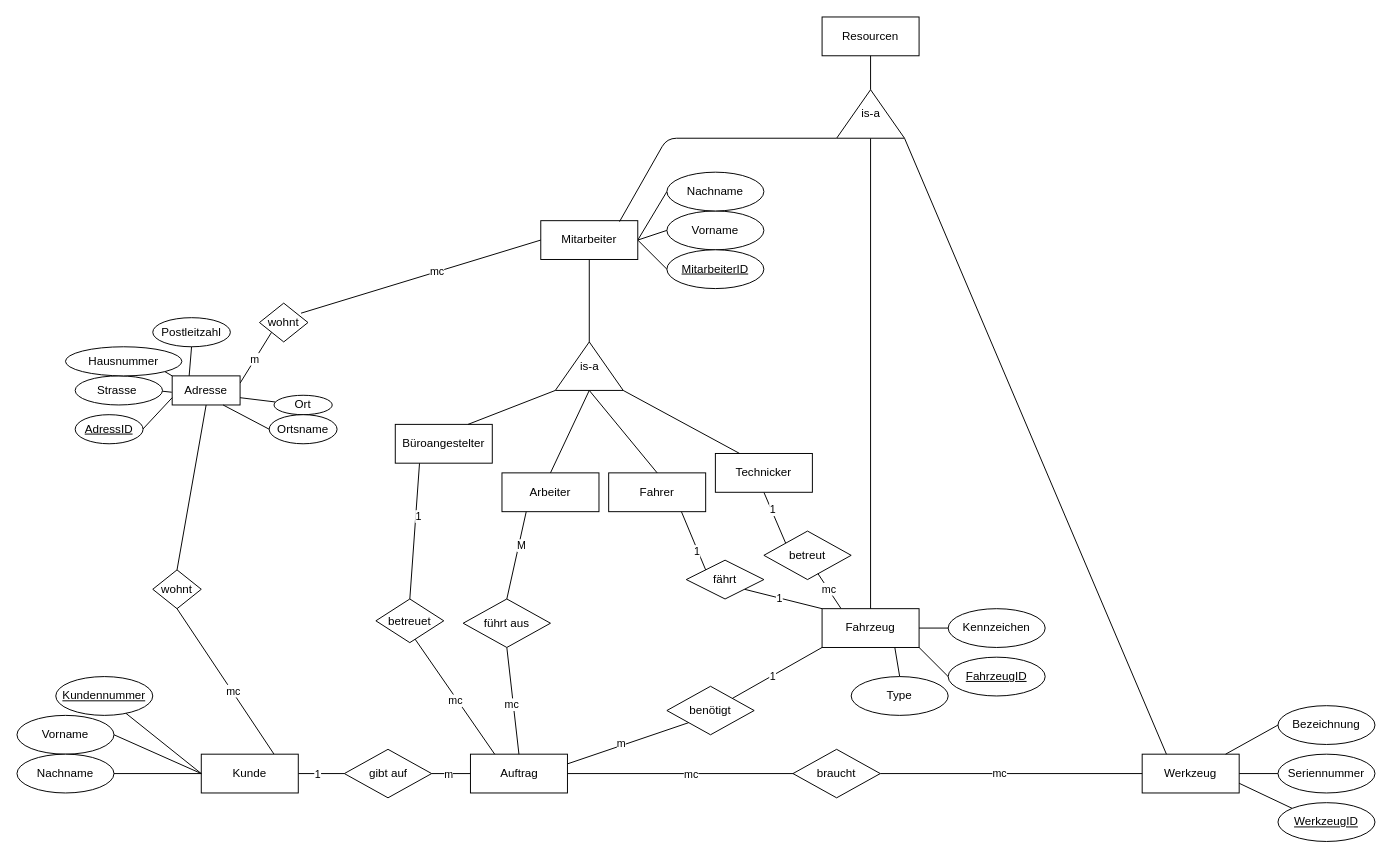
The draw.io diagram 1.LJ/M162/02 ER-Modell/6.2 Erweitertes ER Modell Baufirma/6.2 Baufirma.dio in RubeldiRubelda/BBZW_Arbeitsbl-tter_und_Cheat_Sheets_INA, before the edit. Source tidied: cells renumbered, new cells numbered last; positions are measured from the earlier drawing's top-left corner, leaving out a move shared by most shapes. Both pictures are drawn from the tidied source at 97%, with x=0, y=0 at pixel (16, 16).
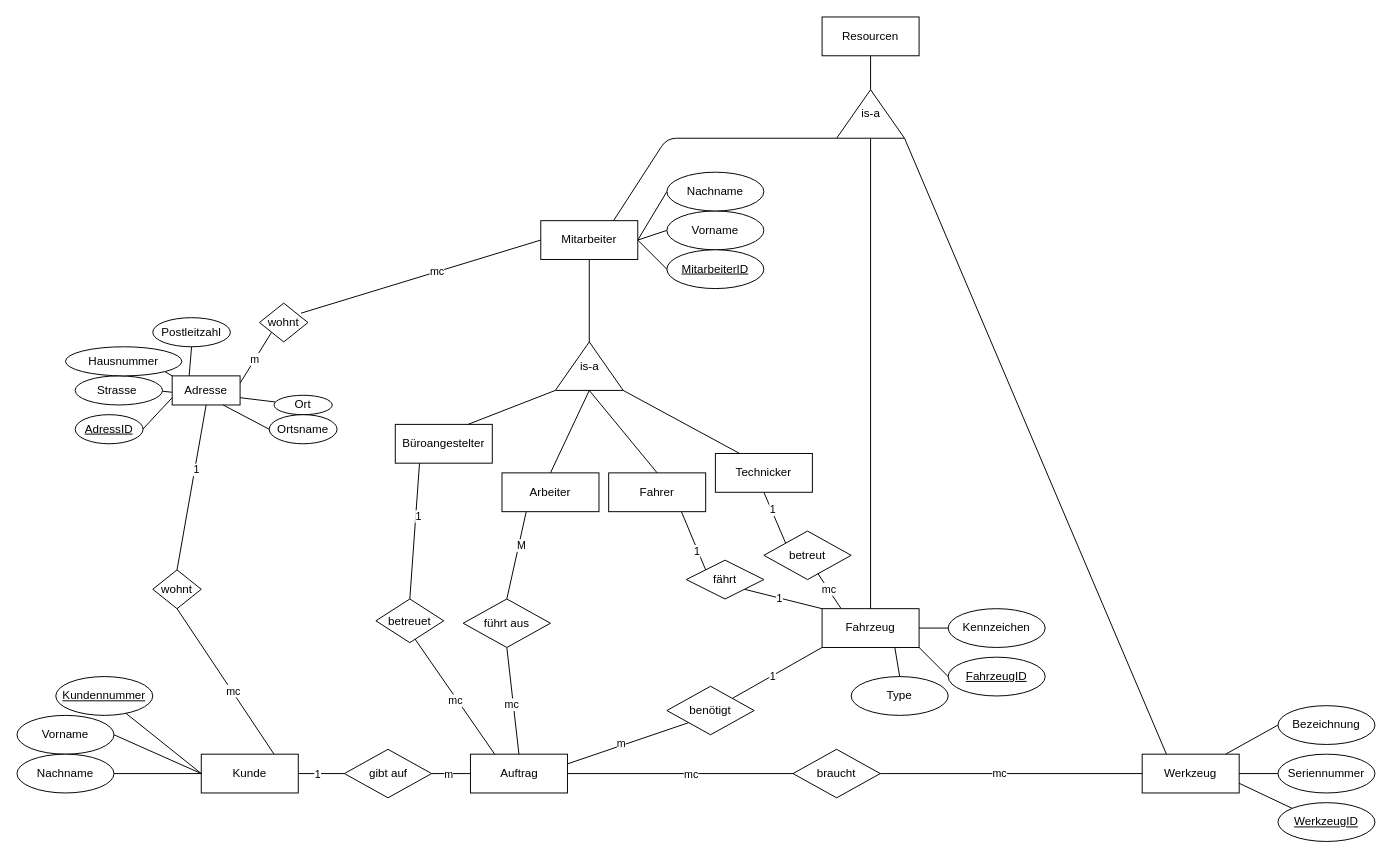
The same page after the edit.

The change refers to these unchanged cells:
```xml
<mxCell id="18" value="Mitarbeiter" style="whiteSpace=wrap;html=1;align=center;" parent="1" vertex="1">
  <mxGeometry x="540" y="210" width="100" height="40" as="geometry" />
</mxCell>
<mxCell id="66" value="is-a" style="verticalLabelPosition=middle;verticalAlign=middle;html=1;shape=mxgraph.basic.acute_triangle;dx=0.5;labelPosition=center;align=center;" parent="1" vertex="1">
  <mxGeometry x="845" y="75" width="70" height="50" as="geometry" />
</mxCell>
<mxCell id="73" style="edgeStyle=none;html=1;exitX=0.5;exitY=0;exitDx=0;exitDy=0;entryX=0.5;entryY=1;entryDx=0;entryDy=0;endArrow=none;endFill=0;" parent="1" edge="1" source="44" target="47">
  <mxGeometry relative="1" as="geometry" />
</mxCell>
```

Diff of the diagram source:
```diff
@@
-    <mxCell id="65" style="edgeStyle=none;html=1;exitX=0;exitY=1;exitDx=0;exitDy=0;exitPerimeter=0;entryX=0.812;entryY=0.024;entryDx=0;entryDy=0;entryPerimeter=0;endArrow=none;endFill=0;" parent="1" edge="1" source="66" target="18">
+    <mxCell id="65" style="edgeStyle=none;html=1;exitX=0;exitY=1;exitDx=0;exitDy=0;exitPerimeter=0;entryX=0.75;entryY=0;entryDx=0;entryDy=0;endArrow=none;endFill=0;" parent="1" edge="1" source="66" target="18">
       <mxGeometry relative="1" as="geometry">
         <Array as="points">
           <mxPoint x="670" y="125" />
         </Array>
       </mxGeometry>
     </mxCell>
@@
+    <mxCell id="104" value="1" style="edgeLabel;html=1;align=center;verticalAlign=middle;" parent="73" vertex="1">
+      <mxGeometry x="0.22" y="-1" relative="1" as="geometry" />
+    </mxCell>
```
